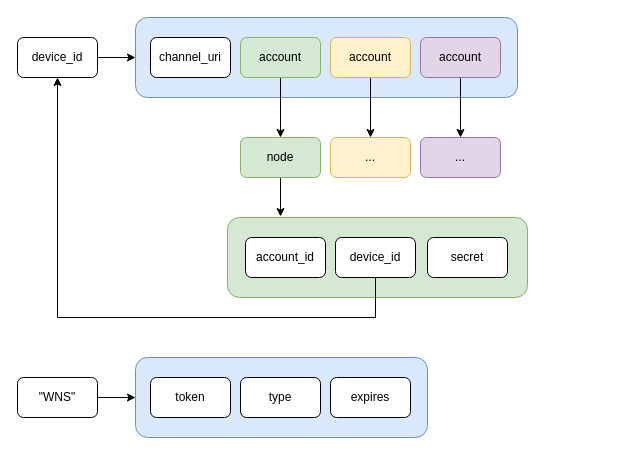
This is docs/Redis-Layout.drawio from UWPX/UWPX-Push-Server, a draw.io file, before an edit. Source tidied: cells renumbered, new cells numbered last; positions are measured from the earlier drawing's top-left corner, leaving out a move shared by most shapes. Both pictures are drawn from the tidied source at 100%, with x=0, y=0 at pixel (17, 17).
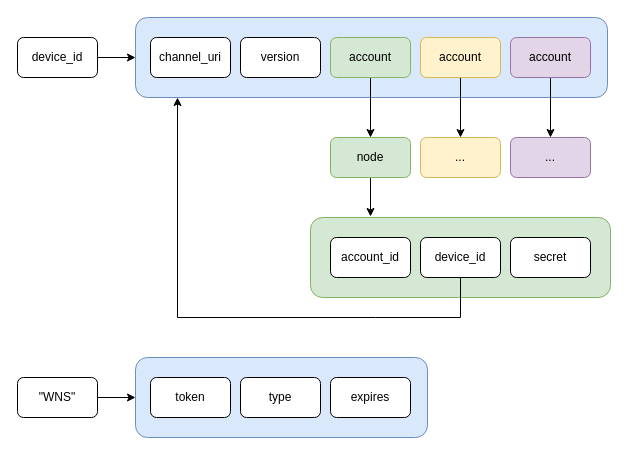
After the change.

Unchanged cells that the change refers to:
```xml
<mxCell id="4" value="device_id" style="rounded=1;whiteSpace=wrap;html=1;" parent="1" vertex="1">
  <mxGeometry y="20" width="80" height="40" as="geometry" />
</mxCell>
```

What changed in the source:
```diff
@@
     <mxCell id="2" style="rounded=1;whiteSpace=wrap;html=1;fillColor=#dae8fc;strokeColor=#6c8ebf;" parent="1" vertex="1">
-      <mxGeometry x="118" width="382" height="80" as="geometry" />
+      <mxGeometry x="118" width="472" height="80" as="geometry" />
     </mxCell>
@@
     <mxCell id="7" value="account" style="rounded=1;whiteSpace=wrap;html=1;fillColor=#d5e8d4;strokeColor=#82b366;" parent="1" vertex="1">
-      <mxGeometry x="223" y="20" width="80" height="40" as="geometry" />
+      <mxGeometry x="313" y="20" width="80" height="40" as="geometry" />
     </mxCell>
@@
     <mxCell id="9" value="account" style="rounded=1;whiteSpace=wrap;html=1;fillColor=#fff2cc;strokeColor=#d6b656;" parent="1" vertex="1">
-      <mxGeometry x="313" y="20" width="80" height="40" as="geometry" />
+      <mxGeometry x="403" y="20" width="80" height="40" as="geometry" />
     </mxCell>
@@
     <mxCell id="11" value="account" style="rounded=1;whiteSpace=wrap;html=1;fillColor=#e1d5e7;strokeColor=#9673a6;" parent="1" vertex="1">
-      <mxGeometry x="403" y="20" width="80" height="40" as="geometry" />
+      <mxGeometry x="493" y="20" width="80" height="40" as="geometry" />
     </mxCell>
     <mxCell id="12" style="edgeStyle=orthogonalEdgeStyle;rounded=0;jettySize=auto;html=1;exitX=0.5;exitY=1;exitDx=0;exitDy=0;" parent="1" edge="1" source="13">
       <mxGeometry relative="1" as="geometry">
-        <mxPoint x="263" y="199" as="targetPoint" />
+        <mxPoint x="353" y="199" as="targetPoint" />
       </mxGeometry>
     </mxCell>
     <mxCell id="13" value="node" style="rounded=1;whiteSpace=wrap;html=1;fillColor=#d5e8d4;strokeColor=#82b366;" parent="1" vertex="1">
-      <mxGeometry x="223" y="120" width="80" height="40" as="geometry" />
+      <mxGeometry x="313" y="120" width="80" height="40" as="geometry" />
     </mxCell>
     <mxCell id="14" value="..." style="rounded=1;whiteSpace=wrap;html=1;fillColor=#fff2cc;strokeColor=#d6b656;" parent="1" vertex="1">
-      <mxGeometry x="313" y="120" width="80" height="40" as="geometry" />
+      <mxGeometry x="403" y="120" width="80" height="40" as="geometry" />
     </mxCell>
     <mxCell id="15" value="..." style="rounded=1;whiteSpace=wrap;html=1;fillColor=#e1d5e7;strokeColor=#9673a6;" parent="1" vertex="1">
-      <mxGeometry x="403" y="120" width="80" height="40" as="geometry" />
+      <mxGeometry x="493" y="120" width="80" height="40" as="geometry" />
     </mxCell>
     <mxCell id="16" style="rounded=1;whiteSpace=wrap;html=1;fillColor=#d5e8d4;strokeColor=#82b366;" parent="1" vertex="1">
-      <mxGeometry x="210" y="200" width="300" height="80" as="geometry" />
+      <mxGeometry x="293" y="200" width="300" height="80" as="geometry" />
     </mxCell>
     <mxCell id="17" value="account_id" style="rounded=1;whiteSpace=wrap;html=1;" parent="1" vertex="1">
-      <mxGeometry x="228" y="220" width="80" height="40" as="geometry" />
+      <mxGeometry x="313" y="220" width="80" height="40" as="geometry" />
     </mxCell>
-    <mxCell id="18" style="edgeStyle=orthogonalEdgeStyle;rounded=0;jettySize=auto;html=1;exitX=0.5;exitY=1;exitDx=0;exitDy=0;entryX=0.5;entryY=1;entryDx=0;entryDy=0;" parent="1" edge="1" source="19" target="4">
+    <mxCell id="18" style="edgeStyle=orthogonalEdgeStyle;rounded=0;jettySize=auto;html=1;exitX=0.5;exitY=1;exitDx=0;exitDy=0;" parent="1" edge="1" source="19">
       <mxGeometry relative="1" as="geometry">
+        <mxPoint x="160" y="80" as="targetPoint" />
         <Array as="points">
           <mxPoint x="358" y="300" />
-          <mxPoint x="40" y="300" />
+          <mxPoint x="160" y="300" />
+          <mxPoint x="160" y="80" />
         </Array>
       </mxGeometry>
     </mxCell>
     <mxCell id="19" value="device_id" style="rounded=1;whiteSpace=wrap;html=1;" parent="1" vertex="1">
-      <mxGeometry x="318" y="220" width="80" height="40" as="geometry" />
+      <mxGeometry x="403" y="220" width="80" height="40" as="geometry" />
     </mxCell>
@@
     <mxCell id="26" value="secret" style="rounded=1;whiteSpace=wrap;html=1;" parent="1" vertex="1">
-      <mxGeometry x="410" y="220" width="80" height="40" as="geometry" />
+      <mxGeometry x="493" y="220" width="80" height="40" as="geometry" />
     </mxCell>
+    <mxCell id="27" value="version" style="rounded=1;whiteSpace=wrap;html=1;" parent="1" vertex="1">
+      <mxGeometry x="223" y="20" width="80" height="40" as="geometry" />
+    </mxCell>
```
